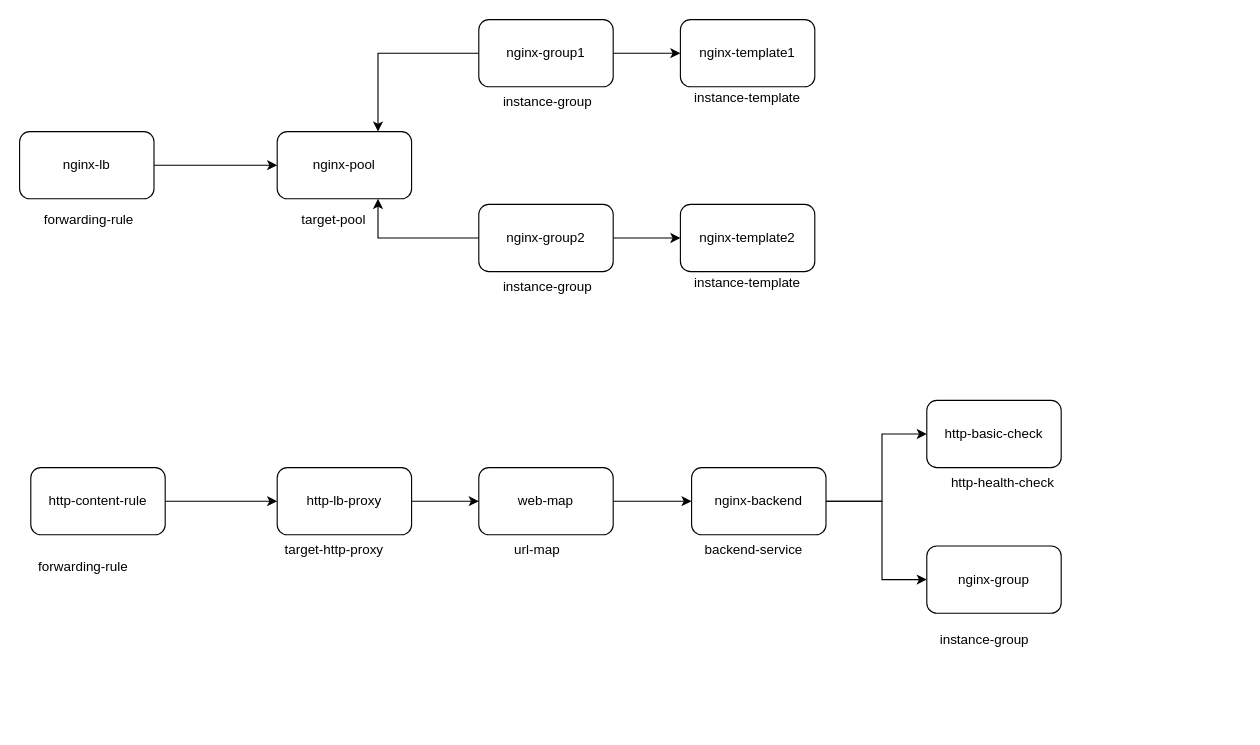
Abdennebi/gcp-training keeps this draw.io diagram as http-lb.drawio. Above is the earlier version. Source tidied: cells renumbered, new cells numbered last; positions are measured from the earlier drawing's top-left corner, leaving out a move shared by most shapes. Both pictures are drawn from the tidied source at 112%, with x=0, y=0 at pixel (19, 19).
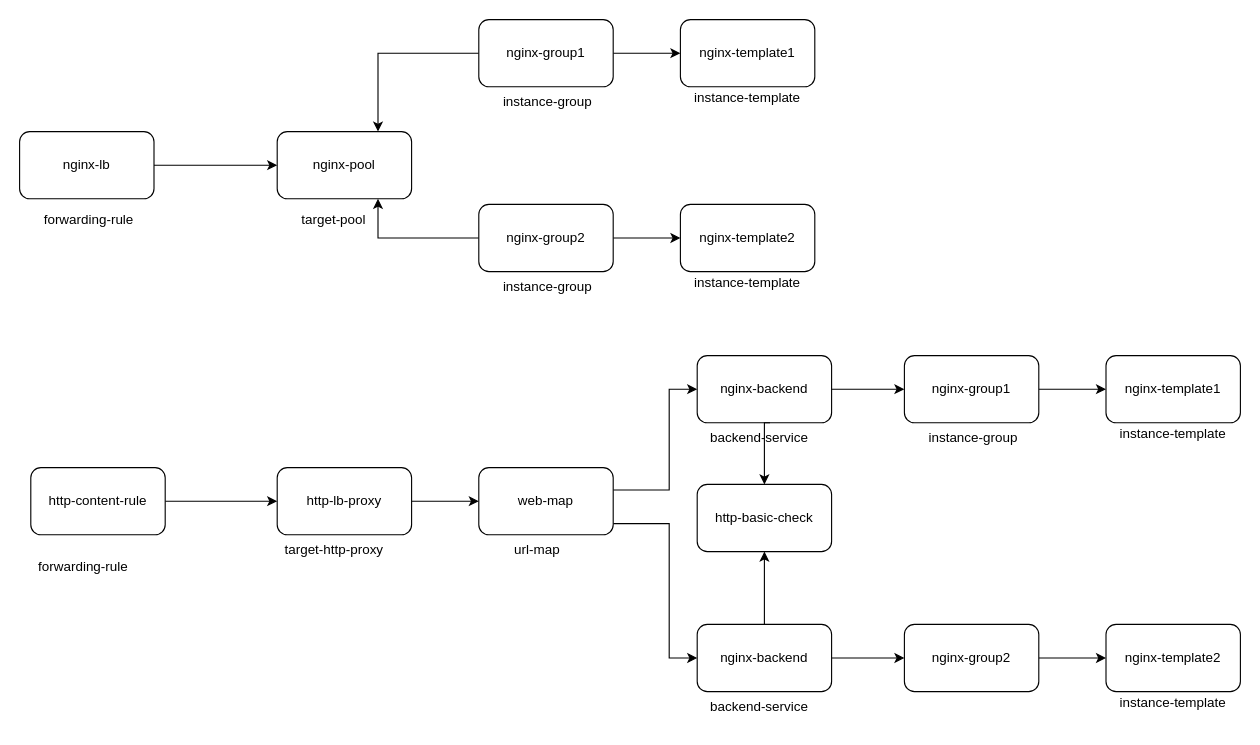
After the change.

The change refers to these unchanged cells:
```xml
<mxCell id="7" value="&lt;span&gt;web-map&lt;/span&gt;&lt;br&gt;" style="rounded=1;whiteSpace=wrap;html=1;" parent="1" vertex="1">
  <mxGeometry x="410" y="400" width="120" height="60" as="geometry" />
</mxCell>
```

Change to the diagram source:
```diff
@@
     <mxCell id="2" value="&lt;span&gt;http-basic-check&lt;/span&gt;" style="rounded=1;whiteSpace=wrap;html=1;" parent="1" vertex="1">
-      <mxGeometry x="810" y="340" width="120" height="60" as="geometry" />
+      <mxGeometry x="605" y="415" width="120" height="60" as="geometry" />
     </mxCell>
-    <mxCell id="3" style="edgeStyle=orthogonalEdgeStyle;rounded=0;jettySize=auto;html=1;entryX=0;entryY=0.5;entryDx=0;entryDy=0;" parent="1" edge="1" source="5" target="2">
-      <mxGeometry relative="1" as="geometry">
-        <Array as="points">
-          <mxPoint x="770" y="430" />
-          <mxPoint x="770" y="370" />
-        </Array>
-      </mxGeometry>
-    </mxCell>
-    <mxCell id="4" style="edgeStyle=orthogonalEdgeStyle;rounded=0;jettySize=auto;html=1;entryX=0;entryY=0.5;entryDx=0;entryDy=0;" parent="1" edge="1" source="5" target="28">
-      <mxGeometry relative="1" as="geometry">
-        <Array as="points">
-          <mxPoint x="770" y="430" />
-          <mxPoint x="770" y="500" />
-        </Array>
-      </mxGeometry>
+    <mxCell id="4" style="edgeStyle=orthogonalEdgeStyle;jettySize=auto;html=1;entryX=0;entryY=0.5;entryDx=0;entryDy=0;rounded=0;" parent="1" edge="1" source="5" target="28">
+      <mxGeometry relative="1" as="geometry" />
     </mxCell>
     <mxCell id="5" value="&lt;span&gt;nginx-backend&lt;/span&gt;" style="rounded=1;whiteSpace=wrap;html=1;" parent="1" vertex="1">
-      <mxGeometry x="600" y="400" width="120" height="60" as="geometry" />
+      <mxGeometry x="605" y="300" width="120" height="60" as="geometry" />
     </mxCell>
     <mxCell id="6" style="edgeStyle=orthogonalEdgeStyle;rounded=0;jettySize=auto;html=1;" parent="1" edge="1" source="7" target="5">
-      <mxGeometry relative="1" as="geometry" />
+      <mxGeometry relative="1" as="geometry">
+        <Array as="points">
+          <mxPoint x="580" y="420" />
+          <mxPoint x="580" y="330" />
+        </Array>
+      </mxGeometry>
     </mxCell>
+    <mxCell id="36" style="edgeStyle=orthogonalEdgeStyle;rounded=0;jettySize=auto;html=1;entryX=0;entryY=0.5;entryDx=0;entryDy=0;" parent="1" edge="1" source="7" target="40">
+      <mxGeometry relative="1" as="geometry">
+        <Array as="points">
+          <mxPoint x="580" y="450" />
+          <mxPoint x="580" y="570" />
+        </Array>
+      </mxGeometry>
+    </mxCell>
@@
-    <mxCell id="27" value="http-health-check" style="text;html=1;" parent="1" vertex="1">
-      <mxGeometry x="830" y="400" width="120" height="30" as="geometry" />
-    </mxCell>
+    <mxCell id="37" style="edgeStyle=orthogonalEdgeStyle;rounded=0;jettySize=auto;html=1;entryX=0;entryY=0.5;entryDx=0;entryDy=0;" parent="1" edge="1" source="28" target="45">
+      <mxGeometry relative="1" as="geometry" />
+    </mxCell>
-    <mxCell id="28" value="&lt;span&gt;nginx-group&lt;/span&gt;" style="rounded=1;whiteSpace=wrap;html=1;" parent="1" vertex="1">
-      <mxGeometry x="810" y="470" width="120" height="60" as="geometry" />
+    <mxCell id="28" value="&lt;span&gt;nginx-group1&lt;/span&gt;" style="rounded=1;whiteSpace=wrap;html=1;" parent="1" vertex="1">
+      <mxGeometry x="790" y="300" width="120" height="60" as="geometry" />
     </mxCell>
     <mxCell id="29" value="instance-group" style="text;html=1;" parent="1" vertex="1">
-      <mxGeometry x="820" y="540" width="100" height="30" as="geometry" />
+      <mxGeometry x="810" y="360" width="100" height="30" as="geometry" />
     </mxCell>
     <mxCell id="30" value="backend-service" style="text;html=1;" parent="1" vertex="1">
-      <mxGeometry x="610" y="460" width="110" height="30" as="geometry" />
+      <mxGeometry x="615" y="360" width="110" height="30" as="geometry" />
     </mxCell>
@@
+    <mxCell id="38" style="edgeStyle=orthogonalEdgeStyle;jettySize=auto;html=1;entryX=0;entryY=0.5;entryDx=0;entryDy=0;rounded=0;" parent="1" edge="1" source="40" target="42">
+      <mxGeometry relative="1" as="geometry" />
+    </mxCell>
+    <mxCell id="39" style="edgeStyle=orthogonalEdgeStyle;rounded=0;jettySize=auto;html=1;entryX=0.5;entryY=1;entryDx=0;entryDy=0;" parent="1" edge="1" source="40" target="2">
+      <mxGeometry relative="1" as="geometry" />
+    </mxCell>
+    <mxCell id="40" value="&lt;span&gt;nginx-backend&lt;/span&gt;" style="rounded=1;whiteSpace=wrap;html=1;" parent="1" vertex="1">
+      <mxGeometry x="605" y="540" width="120" height="60" as="geometry" />
+    </mxCell>
+    <mxCell id="41" style="edgeStyle=orthogonalEdgeStyle;rounded=0;jettySize=auto;html=1;" parent="1" edge="1" source="42" target="47">
+      <mxGeometry relative="1" as="geometry" />
+    </mxCell>
+    <mxCell id="42" value="&lt;span&gt;nginx-group2&lt;/span&gt;" style="rounded=1;whiteSpace=wrap;html=1;" parent="1" vertex="1">
+      <mxGeometry x="790" y="540" width="120" height="60" as="geometry" />
+    </mxCell>
+    <mxCell id="43" value="backend-service" style="text;html=1;" parent="1" vertex="1">
+      <mxGeometry x="615" y="600" width="110" height="30" as="geometry" />
+    </mxCell>
+    <mxCell id="44" style="edgeStyle=orthogonalEdgeStyle;rounded=0;jettySize=auto;html=1;entryX=0.5;entryY=0;entryDx=0;entryDy=0;exitX=0.5;exitY=0;exitDx=0;exitDy=0;" parent="1" edge="1" source="30" target="2">
+      <mxGeometry relative="1" as="geometry">
+        <Array as="points">
+          <mxPoint x="665" y="360" />
+        </Array>
+      </mxGeometry>
+    </mxCell>
+    <mxCell id="45" value="&lt;span&gt;nginx-template1&lt;/span&gt;" style="rounded=1;whiteSpace=wrap;html=1;" parent="1" vertex="1">
+      <mxGeometry x="970" y="300" width="120" height="60" as="geometry" />
+    </mxCell>
+    <mxCell id="46" value="&lt;span&gt;instance-template&lt;/span&gt;" style="text;html=1;strokeColor=none;fillColor=none;align=center;verticalAlign=middle;whiteSpace=wrap;rounded=0;" parent="1" vertex="1">
+      <mxGeometry x="980" y="360" width="100" height="20" as="geometry" />
+    </mxCell>
+    <mxCell id="47" value="&lt;span&gt;nginx-template2&lt;/span&gt;" style="rounded=1;whiteSpace=wrap;html=1;" parent="1" vertex="1">
+      <mxGeometry x="970" y="540" width="120" height="60" as="geometry" />
+    </mxCell>
+    <mxCell id="48" value="&lt;span&gt;instance-template&lt;/span&gt;" style="text;html=1;strokeColor=none;fillColor=none;align=center;verticalAlign=middle;whiteSpace=wrap;rounded=0;" parent="1" vertex="1">
+      <mxGeometry x="980" y="600" width="100" height="20" as="geometry" />
+    </mxCell>
```
